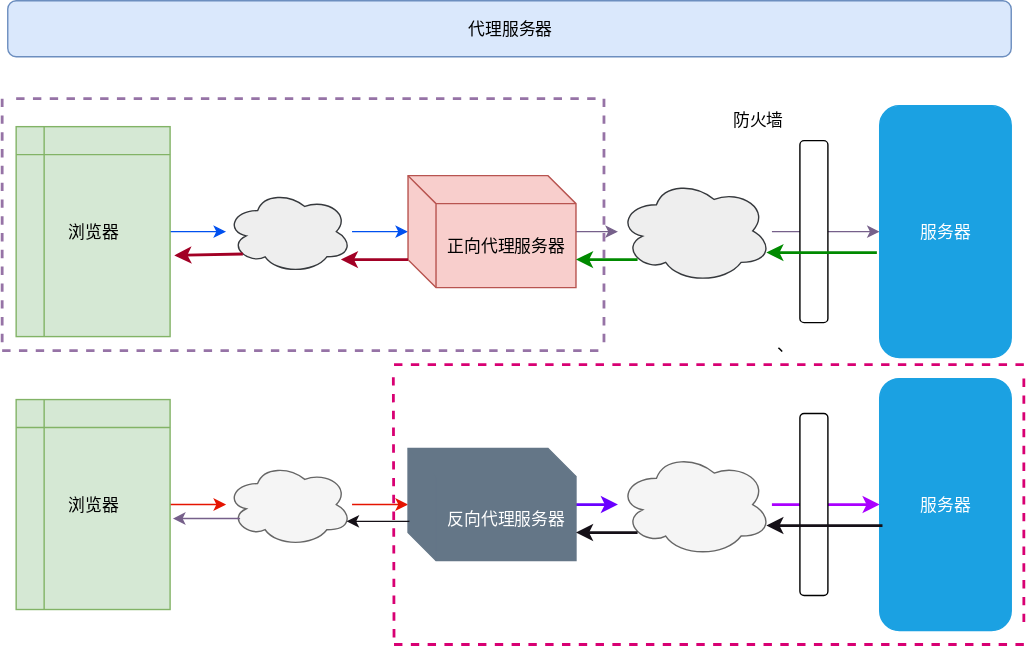
Above: 19-基础设施/00-网关/00-Nginx/images/代理服务器.svg in cd-home/Root (draw.io), before the change. Source tidied: cells renumbered, new cells last; positions are measured from the earlier drawing's top-left corner, leaving out a move shared by most shapes.
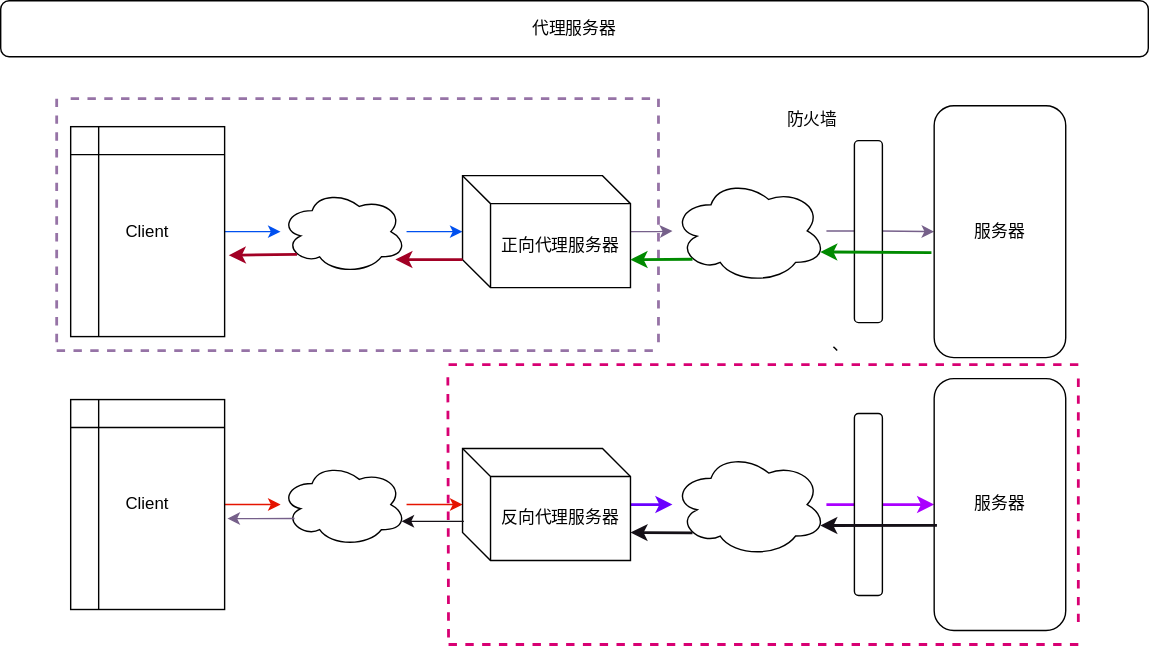
The same file after the commit.

What changed in the source:
```diff
@@ -2,34 +2,34 @@
   <root>
     <mxCell id="0" />
     <mxCell id="1" parent="0" />
-    <mxCell id="2" value="代理服务器" style="rounded=1;whiteSpace=wrap;html=1;fillColor=#dae8fc;strokeColor=#6c8ebf;" parent="1" vertex="1">
-      <mxGeometry x="4" width="717" height="40" as="geometry" />
+    <mxCell id="2" value="代理服务器" style="rounded=1;whiteSpace=wrap;html=1;" parent="1" vertex="1">
+      <mxGeometry x="-40" width="820" height="40" as="geometry" />
     </mxCell>
     <mxCell id="3" style="edgeStyle=orthogonalEdgeStyle;rounded=0;html=1;jettySize=auto;fillColor=#0050ef;strokeColor=#0050ef;" parent="1" edge="1" source="4" target="6">
       <mxGeometry relative="1" as="geometry" />
     </mxCell>
-    <mxCell id="4" value="浏览器" style="shape=internalStorage;whiteSpace=wrap;html=1;backgroundOutline=1;fillColor=#d5e8d4;strokeColor=#82b366;" parent="1" vertex="1">
+    <mxCell id="4" value="Client" style="shape=internalStorage;whiteSpace=wrap;html=1;backgroundOutline=1;" parent="1" vertex="1">
       <mxGeometry x="10" y="90" width="110" height="150" as="geometry" />
     </mxCell>
     <mxCell id="5" style="edgeStyle=orthogonalEdgeStyle;rounded=0;html=1;jettySize=auto;fillColor=#0050ef;strokeColor=#0050ef;" parent="1" edge="1" source="6" target="8">
       <mxGeometry relative="1" as="geometry" />
     </mxCell>
-    <mxCell id="6" style="ellipse;shape=cloud;whiteSpace=wrap;html=1;fillColor=#eeeeee;strokeColor=#36393d;" parent="1" vertex="1">
+    <mxCell id="6" style="ellipse;shape=cloud;whiteSpace=wrap;html=1;" parent="1" vertex="1">
       <mxGeometry x="160" y="135" width="90" height="60" as="geometry" />
     </mxCell>
     <mxCell id="7" style="edgeStyle=orthogonalEdgeStyle;rounded=0;html=1;jettySize=auto;fillColor=#76608a;strokeColor=#76608a;" parent="1" edge="1" source="8" target="10">
       <mxGeometry relative="1" as="geometry" />
     </mxCell>
-    <mxCell id="8" value="正向代理服务器" style="shape=cube;whiteSpace=wrap;html=1;boundedLbl=1;backgroundOutline=1;fillColor=#f8cecc;strokeColor=#b85450;" parent="1" vertex="1">
+    <mxCell id="8" value="正向代理服务器" style="shape=cube;whiteSpace=wrap;html=1;boundedLbl=1;backgroundOutline=1;" parent="1" vertex="1">
       <mxGeometry x="290" y="125" width="120" height="80" as="geometry" />
     </mxCell>
     <mxCell id="9" style="edgeStyle=orthogonalEdgeStyle;rounded=0;html=1;jettySize=auto;fillColor=#76608a;strokeColor=#76608a;" parent="1" edge="1" source="10" target="11">
       <mxGeometry relative="1" as="geometry" />
     </mxCell>
-    <mxCell id="10" style="ellipse;shape=cloud;whiteSpace=wrap;html=1;fillColor=#eeeeee;strokeColor=#36393d;" parent="1" vertex="1">
+    <mxCell id="10" style="ellipse;shape=cloud;whiteSpace=wrap;html=1;" parent="1" vertex="1">
       <mxGeometry x="440" y="127" width="110" height="75" as="geometry" />
     </mxCell>
-    <mxCell id="11" value="服务器" style="rounded=1;whiteSpace=wrap;html=1;fillColor=#1ba1e2;strokeColor=#1ba1e2;fontColor=#ffffff;" parent="1" vertex="1">
+    <mxCell id="11" value="服务器" style="rounded=1;whiteSpace=wrap;html=1;" parent="1" vertex="1">
       <mxGeometry x="627" y="75" width="94" height="180" as="geometry" />
     </mxCell>
     <mxCell id="12" style="rounded=1;whiteSpace=wrap;html=1;" parent="1" vertex="1">
@@ -41,28 +41,28 @@
     <mxCell id="14" style="edgeStyle=orthogonalEdgeStyle;rounded=0;html=1;jettySize=auto;fillColor=#e51400;strokeColor=#e51400;" parent="1" edge="1" source="15" target="17">
       <mxGeometry relative="1" as="geometry" />
     </mxCell>
-    <mxCell id="15" value="浏览器" style="shape=internalStorage;whiteSpace=wrap;html=1;backgroundOutline=1;fillColor=#d5e8d4;strokeColor=#82b366;" parent="1" vertex="1">
+    <mxCell id="15" value="Client" style="shape=internalStorage;whiteSpace=wrap;html=1;backgroundOutline=1;" parent="1" vertex="1">
       <mxGeometry x="10" y="285" width="110" height="150" as="geometry" />
     </mxCell>
     <mxCell id="16" style="edgeStyle=orthogonalEdgeStyle;rounded=0;html=1;jettySize=auto;fillColor=#e51400;strokeColor=#e51400;" parent="1" edge="1" source="17" target="19">
       <mxGeometry relative="1" as="geometry" />
     </mxCell>
-    <mxCell id="17" style="ellipse;shape=cloud;whiteSpace=wrap;html=1;fillColor=#f5f5f5;strokeColor=#666666;fontColor=#333333;" parent="1" vertex="1">
+    <mxCell id="17" style="ellipse;shape=cloud;whiteSpace=wrap;html=1;" parent="1" vertex="1">
       <mxGeometry x="160" y="330" width="90" height="60" as="geometry" />
     </mxCell>
     <mxCell id="18" style="edgeStyle=orthogonalEdgeStyle;rounded=0;html=1;jettySize=auto;fillColor=#6a00ff;strokeColor=#6a00ff;strokeWidth=2;" parent="1" edge="1" source="19" target="21">
       <mxGeometry relative="1" as="geometry" />
     </mxCell>
-    <mxCell id="19" value="反向代理服务器" style="shape=cube;whiteSpace=wrap;html=1;boundedLbl=1;backgroundOutline=1;fillColor=#647687;strokeColor=#647687;fontColor=#ffffff;" parent="1" vertex="1">
+    <mxCell id="19" value="反向代理服务器" style="shape=cube;whiteSpace=wrap;html=1;boundedLbl=1;backgroundOutline=1;" parent="1" vertex="1">
       <mxGeometry x="290" y="320" width="120" height="80" as="geometry" />
     </mxCell>
     <mxCell id="20" style="edgeStyle=orthogonalEdgeStyle;rounded=0;html=1;jettySize=auto;fillColor=#aa00ff;strokeColor=#aa00ff;strokeWidth=2;" parent="1" edge="1" source="21" target="22">
       <mxGeometry relative="1" as="geometry" />
     </mxCell>
-    <mxCell id="21" style="ellipse;shape=cloud;whiteSpace=wrap;html=1;fillColor=#f5f5f5;strokeColor=#666666;fontColor=#333333;" parent="1" vertex="1">
+    <mxCell id="21" style="ellipse;shape=cloud;whiteSpace=wrap;html=1;" parent="1" vertex="1">
       <mxGeometry x="440" y="322.5" width="110" height="75" as="geometry" />
     </mxCell>
-    <mxCell id="22" value="服务器" style="rounded=1;whiteSpace=wrap;html=1;fillColor=#1ba1e2;strokeColor=#1ba1e2;fontColor=#ffffff;" parent="1" vertex="1">
+    <mxCell id="22" value="服务器" style="rounded=1;whiteSpace=wrap;html=1;" parent="1" vertex="1">
       <mxGeometry x="627" y="270" width="94" height="180" as="geometry" />
     </mxCell>
     <mxCell id="23" style="rounded=1;whiteSpace=wrap;html=1;" parent="1" vertex="1">
```
